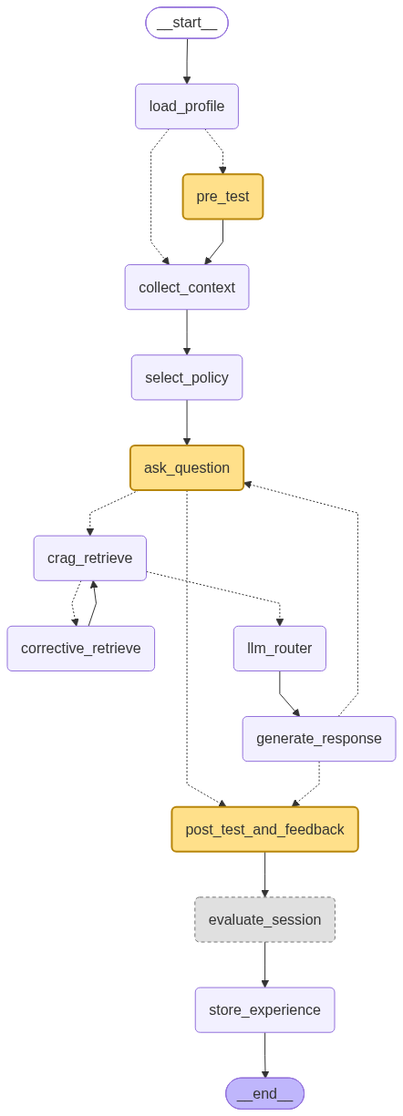
Earlier version of the Mermaid export docs/agent_graph.png (Sam3420/QoE-Aware-Self-Adaptive-Hybrid-Edge-Cloud-Educational-RAG-Assistant). Its source is kept beside it as docs/agent_graph.mmd. The source it was exported from:
```mermaid
---
config:
  flowchart:
    curve: linear
---
graph TD;
	__start__([<p>__start__</p>]):::first
	load_profile(load_profile)
	pre_test(pre_test)
	collect_context(collect_context)
	select_policy(select_policy)
	ask_question(ask_question)
	crag_retrieve(crag_retrieve)
	corrective_retrieve(corrective_retrieve)
	llm_router(llm_router)
	generate_response(generate_response)
	post_test_and_feedback(post_test_and_feedback)
	evaluate_session(evaluate_session)
	store_experience(store_experience)
	__end__([<p>__end__</p>]):::last
	__start__ --> load_profile;
	ask_question -.-> crag_retrieve;
	ask_question -.-> post_test_and_feedback;
	collect_context --> select_policy;
	corrective_retrieve --> crag_retrieve;
	crag_retrieve -.-> corrective_retrieve;
	crag_retrieve -.-> llm_router;
	evaluate_session --> store_experience;
	generate_response -.-> ask_question;
	generate_response -.-> post_test_and_feedback;
	llm_router --> generate_response;
	load_profile -.-> collect_context;
	load_profile -.-> pre_test;
	post_test_and_feedback --> evaluate_session;
	pre_test --> collect_context;
	select_policy --> ask_question;
	store_experience --> __end__;
	classDef default fill:#f2f0ff,line-height:1.2
	classDef first fill-opacity:0
	classDef last fill:#bfb6fc
	classDef interrupt fill:#ffe08a,stroke:#b8860b,stroke-width:2px
	classDef stub fill:#e0e0e0,stroke:#757575,stroke-dasharray:4 3
	class pre_test,ask_question,post_test_and_feedback interrupt
```
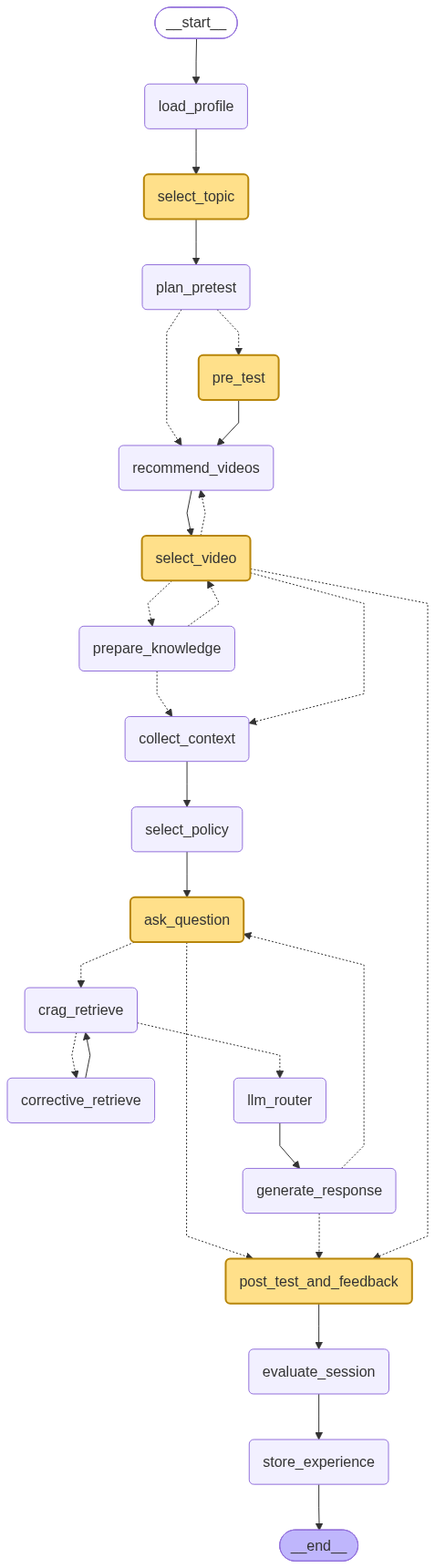
After the change.

Change to the diagram source:
```diff
@@ -6,7 +6,12 @@
 graph TD;
 	__start__([<p>__start__</p>]):::first
 	load_profile(load_profile)
+	select_topic(select_topic)
+	plan_pretest(plan_pretest)
 	pre_test(pre_test)
+	recommend_videos(recommend_videos)
+	select_video(select_video)
+	prepare_knowledge(prepare_knowledge)
 	collect_context(collect_context)
 	select_policy(select_policy)
 	ask_question(ask_question)
@@ -29,15 +34,24 @@
 	generate_response -.-> ask_question;
 	generate_response -.-> post_test_and_feedback;
 	llm_router --> generate_response;
-	load_profile -.-> collect_context;
-	load_profile -.-> pre_test;
+	load_profile --> select_topic;
+	plan_pretest -.-> pre_test;
+	plan_pretest -.-> recommend_videos;
 	post_test_and_feedback --> evaluate_session;
-	pre_test --> collect_context;
+	pre_test --> recommend_videos;
+	prepare_knowledge -.-> collect_context;
+	prepare_knowledge -.-> select_video;
+	recommend_videos --> select_video;
 	select_policy --> ask_question;
+	select_topic --> plan_pretest;
+	select_video -.-> collect_context;
+	select_video -.-> post_test_and_feedback;
+	select_video -.-> prepare_knowledge;
+	select_video -.-> recommend_videos;
 	store_experience --> __end__;
 	classDef default fill:#f2f0ff,line-height:1.2
 	classDef first fill-opacity:0
 	classDef last fill:#bfb6fc
 	classDef interrupt fill:#ffe08a,stroke:#b8860b,stroke-width:2px
 	classDef stub fill:#e0e0e0,stroke:#757575,stroke-dasharray:4 3
-	class pre_test,ask_question,post_test_and_feedback interrupt
+	class select_topic,pre_test,select_video,ask_question,post_test_and_feedback interrupt
```
